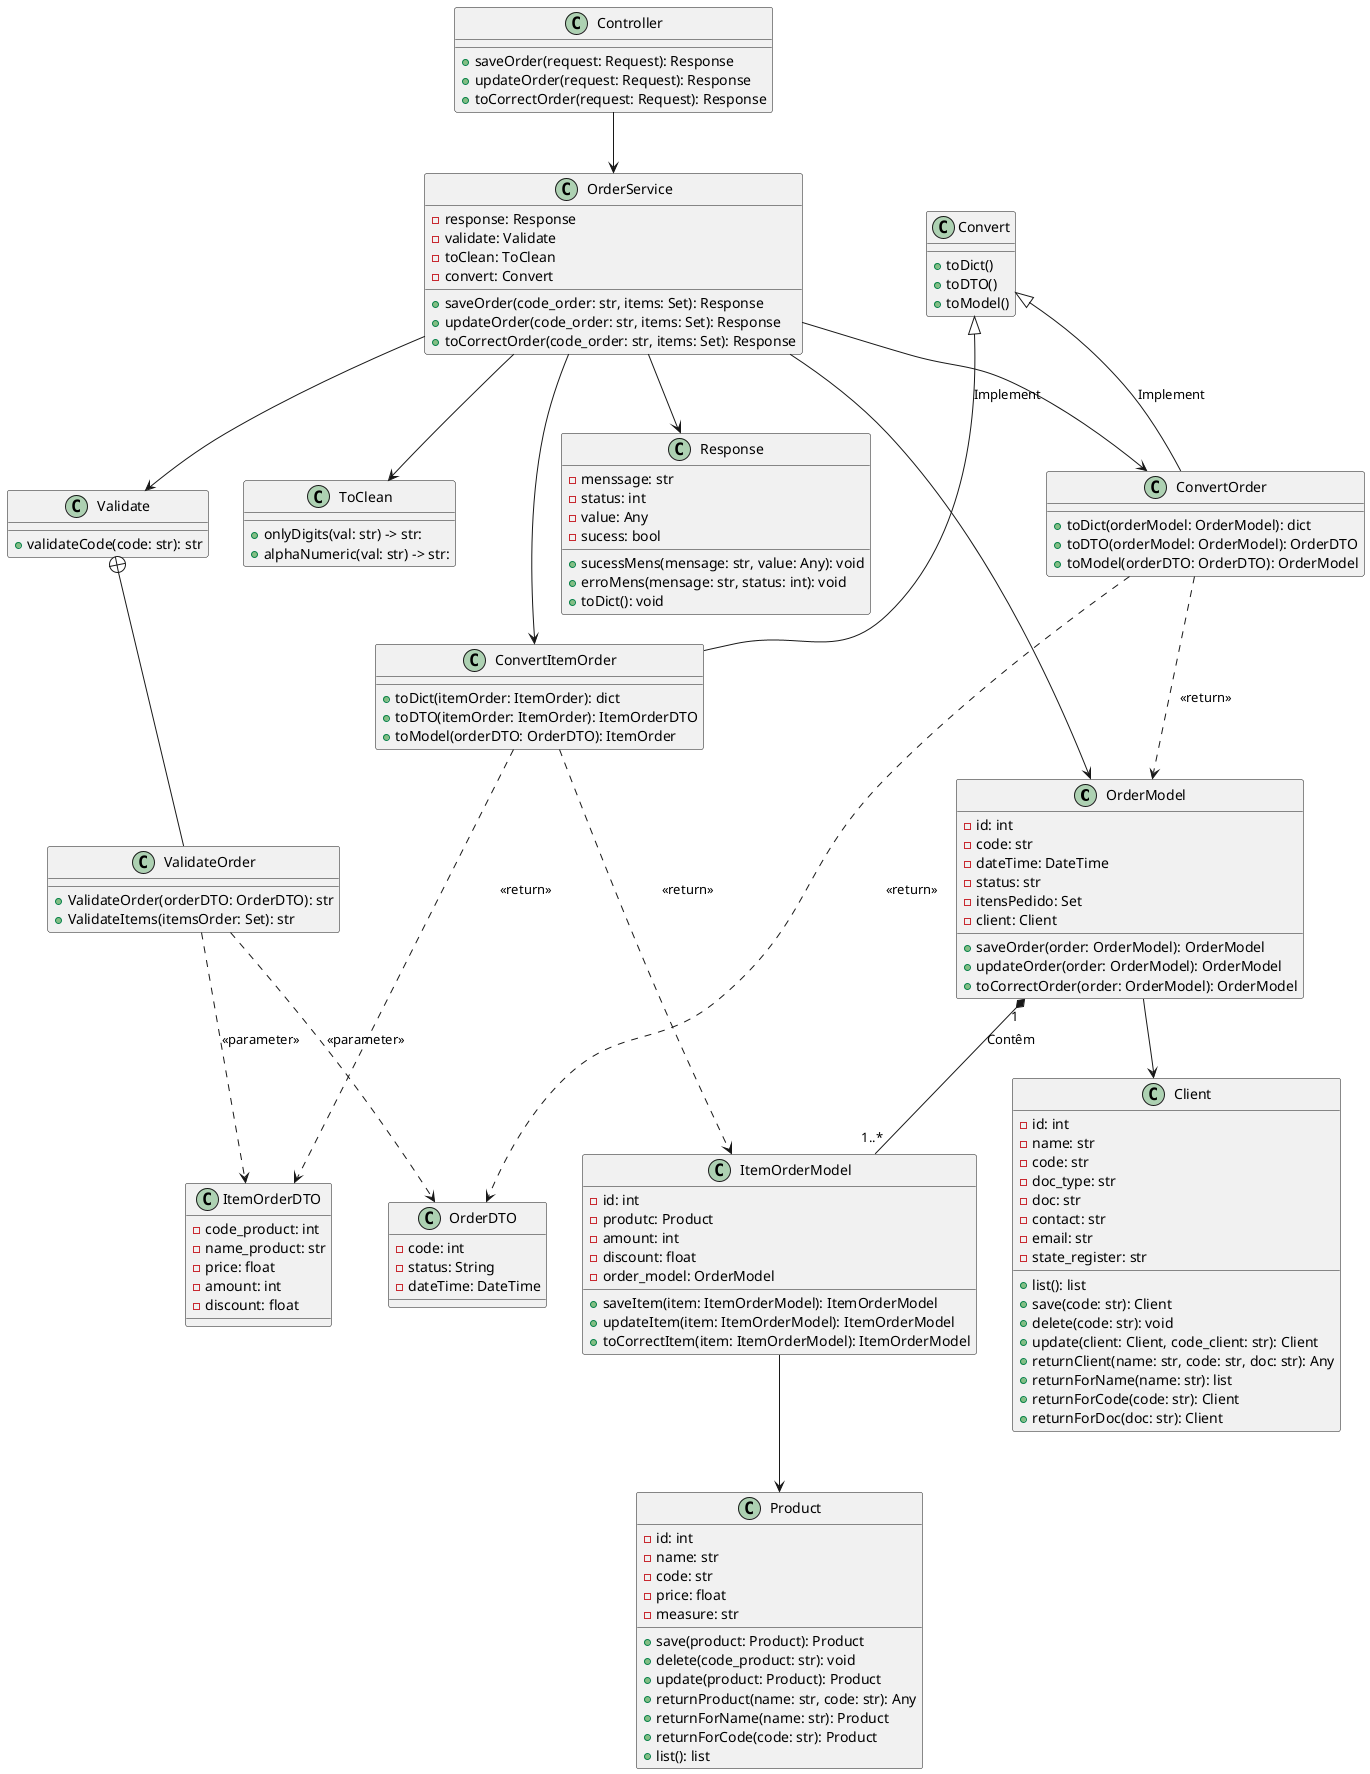
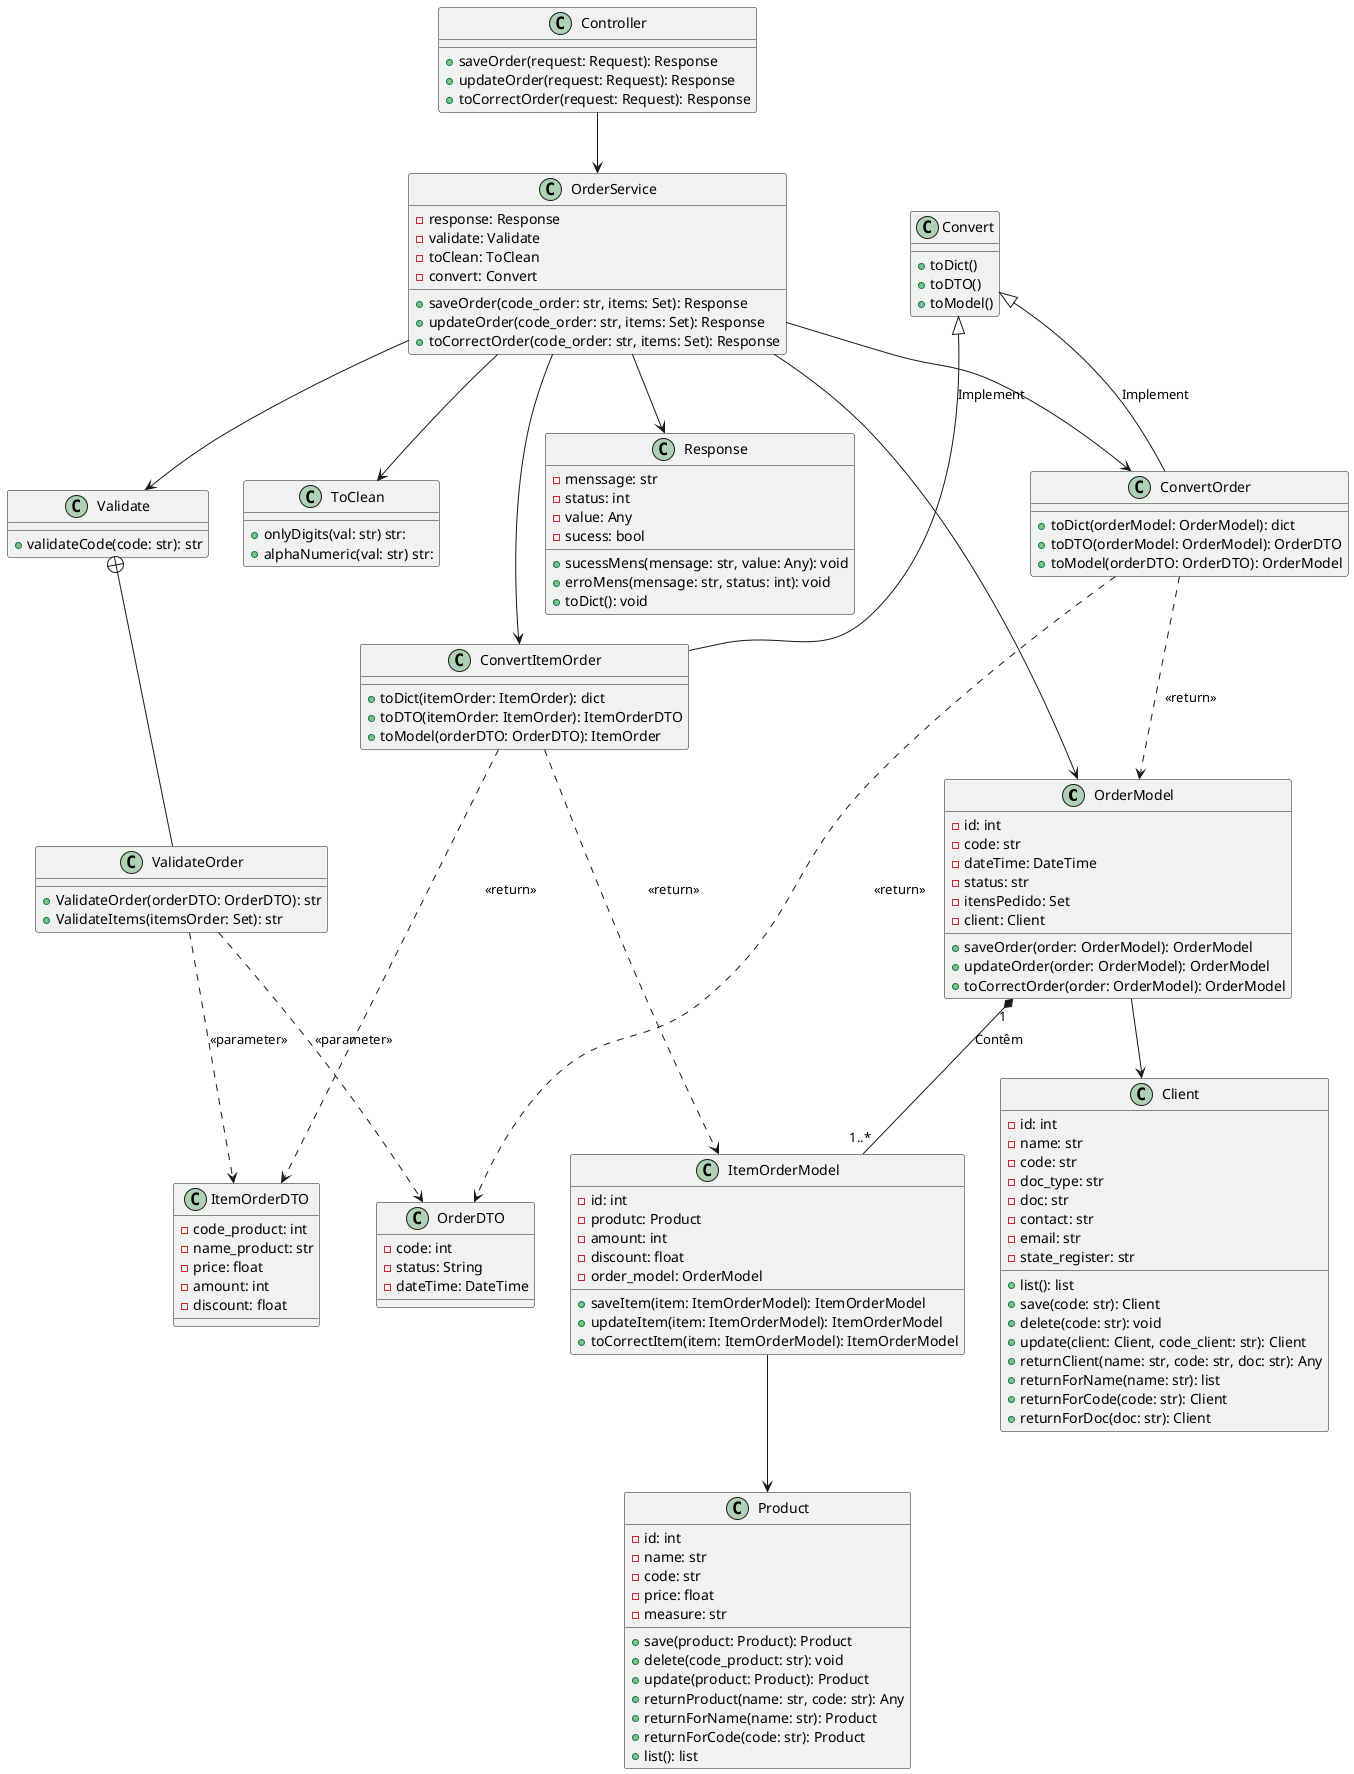
@startuml "Diagrama de Classes - Pedido"

class OrderModel {
    -id: int
    -code: str
    -dateTime: DateTime
    -status: str
    -itensPedido: Set
    -client: Client

    +saveOrder(order: OrderModel): OrderModel
    +updateOrder(order: OrderModel): OrderModel
    +toCorrectOrder(order: OrderModel): OrderModel
}

class Client {
    -id: int
    -name: str
    -code: str
    -doc_type: str
    -doc: str
    -contact: str
    -email: str
    -state_register: str

    +list(): list
    +save(code: str): Client
    +delete(code: str): void
    +update(client: Client, code_client: str): Client
    +returnClient(name: str, code: str, doc: str): Any
    +returnForName(name: str): list
    +returnForCode(code: str): Client
    +returnForDoc(doc: str): Client
}

class Product {
    -id: int
    -name: str
    -code: str
    -price: float
    -measure: str

    +save(product: Product): Product
    +delete(code_product: str): void
    +update(product: Product): Product
    +returnProduct(name: str, code: str): Any
    +returnForName(name: str): Product
    +returnForCode(code: str): Product
    +list(): list
}

class ItemOrderModel {
    -id: int
    -produtc: Product
    -amount: int
    -discount: float
    -order_model: OrderModel

    +saveItem(item: ItemOrderModel): ItemOrderModel
    +updateItem(item: ItemOrderModel): ItemOrderModel
    +toCorrectItem(item: ItemOrderModel): ItemOrderModel
}

class OrderService {
    -response: Response
    -validate: Validate
    -toClean: ToClean
    -convert: Convert

    +saveOrder(code_order: str, items: Set): Response
    +updateOrder(code_order: str, items: Set): Response
    +toCorrectOrder(code_order: str, items: Set): Response
}

class Controller {
    +saveOrder(request: Request): Response
    +updateOrder(request: Request): Response
    +toCorrectOrder(request: Request): Response
}

class Response {
    -menssage: str
    -status: int
    -value: Any
    -sucess: bool

    +sucessMens(mensage: str, value: Any): void
    +erroMens(mensage: str, status: int): void
    +toDict(): void
}

class OrderDTO{
    -code: int
    -status: String
    -dateTime: DateTime
}

class ItemOrderDTO {
    -code_product: int
    -name_product: str
    -price: float
    -amount: int
    -discount: float
}

class Validate {
    +validateCode(code: str): str
}

class ValidateOrder {
    +ValidateOrder(orderDTO: OrderDTO): str
    +ValidateItems(itemsOrder: Set): str
}

class ToClean {
-     +onlyDigits(val: str) -> str:
-     +alphaNumeric(val: str) -> str:
+     +onlyDigits(val: str) str:
+     +alphaNumeric(val: str) str:
}

class Convert {
    +toDict()
    +toDTO()
    +toModel()
}

class ConvertOrder {
    +toDict(orderModel: OrderModel): dict
    +toDTO(orderModel: OrderModel): OrderDTO
    +toModel(orderDTO: OrderDTO): OrderModel
}

class ConvertItemOrder {
    +toDict(itemOrder: ItemOrder): dict
    +toDTO(itemOrder: ItemOrder): ItemOrderDTO
    +toModel(orderDTO: OrderDTO): ItemOrder
}

OrderModel "1" *-- "1..*" ItemOrderModel: Contêm

OrderModel --> Client

ItemOrderModel --> Product

OrderService --> OrderModel

OrderService --> ToClean

OrderService --> Validate

OrderService --> ConvertOrder

OrderService --> ConvertItemOrder

Convert <|-- ConvertOrder: Implement

Convert <|-- ConvertItemOrder: Implement

OrderService --> Response

Validate +-- ValidateOrder

Controller --> OrderService

ConvertOrder ..> OrderDTO: <<return>>

ConvertOrder ..> OrderModel: <<return>>

ConvertItemOrder ..> ItemOrderDTO: <<return>>

ConvertItemOrder ..> ItemOrderModel: <<return>>

ValidateOrder ..> OrderDTO: <<parameter>>

ValidateOrder ..> ItemOrderDTO: <<parameter>>

@enduml